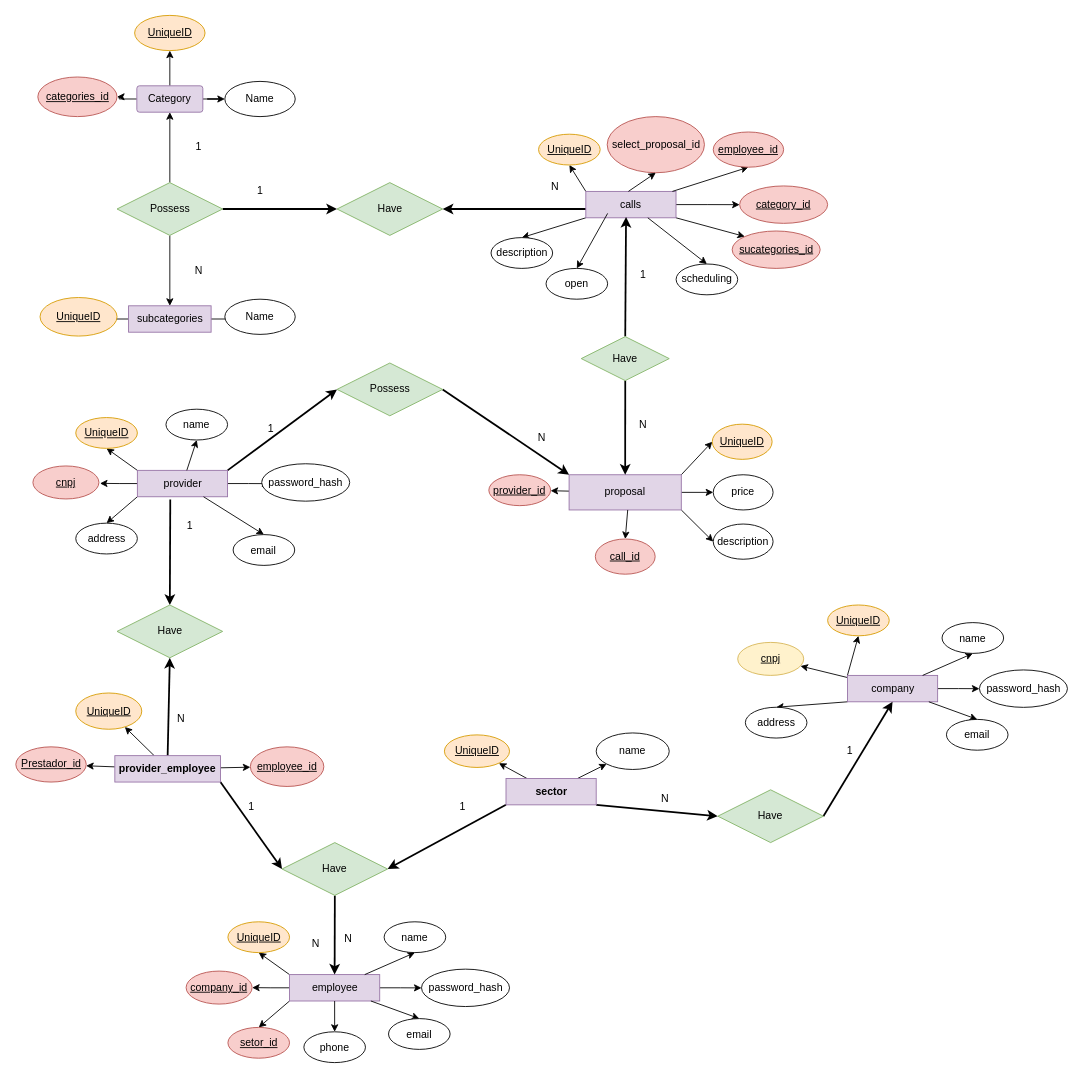
Above: page "Entity Relatioship" (2 of 2) of Capstone-Q3.drawio in flaviosantospqri/CallUp_API (draw.io), before the change. Source tidied: cells renumbered, new cells numbered last; positions are measured from the earlier drawing's top-left corner, leaving out a move shared by most shapes. Both pictures are drawn from the tidied source at 88%, with x=0, y=0 at pixel (15, 15).
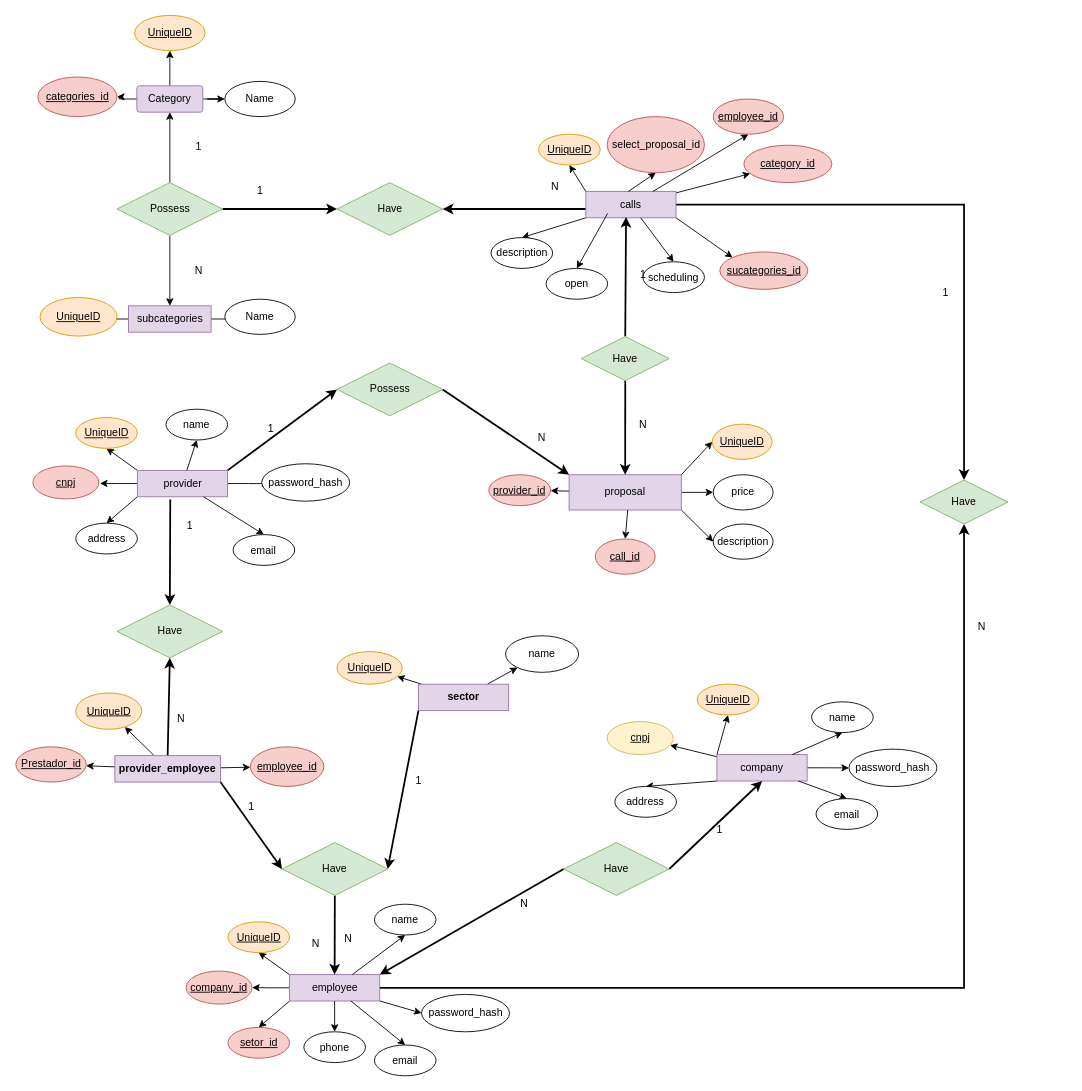
The same diagram, later.

Unchanged cells that the change refers to:
```xml
<mxCell id="74" value="employee" style="whiteSpace=wrap;html=1;fillColor=#e1d5e7;strokeColor=#9673a6;" parent="1" vertex="1">
  <mxGeometry x="311.5" y="1090" width="102.5" height="30" as="geometry" />
</mxCell>
<mxCell id="89" value="calls" style="whiteSpace=wrap;html=1;fillColor=#e1d5e7;strokeColor=#9673a6;" parent="1" vertex="1">
  <mxGeometry x="648.2" y="200" width="102.5" height="30" as="geometry" />
</mxCell>
```

What changed in the source:
```diff
@@
-    <mxCell id="32" style="edgeStyle=none;rounded=0;jettySize=auto;html=1;exitX=1;exitY=1;exitDx=0;exitDy=0;entryX=0;entryY=0.5;entryDx=0;entryDy=0;strokeWidth=2;" parent="1" edge="1" source="34" target="124">
-      <mxGeometry relative="1" as="geometry" />
-    </mxCell>
@@
     <mxCell id="34" value="&lt;span style=&quot;font-weight: 700&quot;&gt;sector&lt;/span&gt;" style="whiteSpace=wrap;html=1;fillColor=#e1d5e7;strokeColor=#9673a6;" parent="1" vertex="1">
-      <mxGeometry x="557.5" y="867.1" width="102.5" height="30" as="geometry" />
+      <mxGeometry x="458" y="760" width="102.5" height="30" as="geometry" />
     </mxCell>
@@
     <mxCell id="39" value="company&lt;br&gt;" style="whiteSpace=wrap;html=1;fillColor=#e1d5e7;strokeColor=#9673a6;" parent="1" vertex="1">
-      <mxGeometry x="945.5" y="750" width="102.5" height="30" as="geometry" />
+      <mxGeometry x="797.2" y="840" width="102.5" height="30" as="geometry" />
     </mxCell>
@@
     <mxCell id="45" value="password_hash" style="ellipse;whiteSpace=wrap;html=1;" parent="1" vertex="1">
-      <mxGeometry x="1095.5" y="743.8" width="100" height="42.5" as="geometry" />
+      <mxGeometry x="947.2" y="833.8" width="100" height="42.5" as="geometry" />
     </mxCell>
@@
     <mxCell id="48" value="name" style="ellipse;whiteSpace=wrap;html=1;" parent="1" vertex="1">
-      <mxGeometry x="1053" y="690" width="70" height="35" as="geometry" />
+      <mxGeometry x="904.8" y="780" width="70" height="35" as="geometry" />
     </mxCell>
     <mxCell id="49" value="email" style="ellipse;whiteSpace=wrap;html=1;" parent="1" vertex="1">
-      <mxGeometry x="1058" y="800" width="70" height="35" as="geometry" />
+      <mxGeometry x="909.8" y="890" width="70" height="35" as="geometry" />
     </mxCell>
     <mxCell id="50" value="&lt;u&gt;cnpj&lt;/u&gt;" style="ellipse;whiteSpace=wrap;html=1;fillColor=#fff2cc;strokeColor=#d6b656;" parent="1" vertex="1">
-      <mxGeometry x="820.8" y="712.5" width="75" height="37.5" as="geometry" />
+      <mxGeometry x="672.5" y="802.5" width="75" height="37.5" as="geometry" />
     </mxCell>
     <mxCell id="51" value="&lt;u&gt;UniqueID&lt;/u&gt;" style="ellipse;whiteSpace=wrap;html=1;fillColor=#ffe6cc;strokeColor=#d79b00;" parent="1" vertex="1">
-      <mxGeometry x="923" y="670" width="70" height="35" as="geometry" />
+      <mxGeometry x="774.8" y="760" width="70" height="35" as="geometry" />
     </mxCell>
     <mxCell id="52" value="address" style="ellipse;whiteSpace=wrap;html=1;" parent="1" vertex="1">
-      <mxGeometry x="829.5" y="786.2" width="70" height="35" as="geometry" />
+      <mxGeometry x="681.2" y="876.2" width="70" height="35" as="geometry" />
     </mxCell>
     <mxCell id="53" value="&lt;u&gt;UniqueID&lt;/u&gt;" style="ellipse;whiteSpace=wrap;html=1;fillColor=#ffe6cc;strokeColor=#d79b00;" parent="1" vertex="1">
-      <mxGeometry x="487.5" y="817.6" width="74" height="37" as="geometry" />
+      <mxGeometry x="365.5" y="723" width="74" height="37" as="geometry" />
     </mxCell>
     <mxCell id="54" value="name" style="ellipse;whiteSpace=wrap;html=1;" parent="1" vertex="1">
-      <mxGeometry x="660" y="815.4" width="83" height="41.5" as="geometry" />
+      <mxGeometry x="557" y="705" width="83" height="41.5" as="geometry" />
     </mxCell>
@@
-    <mxCell id="70" style="edgeStyle=orthogonalEdgeStyle;rounded=0;jettySize=auto;html=1;" parent="1" edge="1" source="74">
-      <mxGeometry relative="1" as="geometry">
-        <mxPoint x="461.5" y="1105.1" as="targetPoint" />
-      </mxGeometry>
+    <mxCell id="70" style="rounded=0;jettySize=auto;html=1;entryX=0;entryY=0.5;entryDx=0;entryDy=0;" parent="1" edge="1" source="74" target="75">
+      <mxGeometry relative="1" as="geometry" />
     </mxCell>
@@
+    <mxCell id="133" style="edgeStyle=orthogonalEdgeStyle;rounded=0;jettySize=auto;html=1;exitX=1;exitY=0.5;exitDx=0;exitDy=0;strokeWidth=2;entryX=0.5;entryY=1;entryDx=0;entryDy=0;" parent="1" edge="1" source="74" target="140">
+      <mxGeometry relative="1" as="geometry">
+        <Array as="points">
+          <mxPoint x="1078" y="1105" />
+        </Array>
+      </mxGeometry>
+    </mxCell>
@@
     <mxCell id="75" value="password_hash" style="ellipse;whiteSpace=wrap;html=1;" parent="1" vertex="1">
-      <mxGeometry x="461.5" y="1083.8" width="100" height="42.5" as="geometry" />
+      <mxGeometry x="461.5" y="1112.5" width="100" height="42.5" as="geometry" />
     </mxCell>
@@
     <mxCell id="78" value="name" style="ellipse;whiteSpace=wrap;html=1;" parent="1" vertex="1">
-      <mxGeometry x="419" y="1030" width="70" height="35" as="geometry" />
+      <mxGeometry x="408" y="1010" width="70" height="35" as="geometry" />
     </mxCell>
     <mxCell id="79" value="email" style="ellipse;whiteSpace=wrap;html=1;" parent="1" vertex="1">
-      <mxGeometry x="424" y="1140" width="70" height="35" as="geometry" />
+      <mxGeometry x="408" y="1170" width="70" height="35" as="geometry" />
     </mxCell>
@@
-    <mxCell id="85" style="edgeStyle=orthogonalEdgeStyle;rounded=0;jettySize=auto;html=1;" parent="1" edge="1" source="89" target="90">
+    <mxCell id="85" style="rounded=0;jettySize=auto;html=1;" parent="1" edge="1" source="89" target="90">
       <mxGeometry relative="1" as="geometry" />
     </mxCell>
@@
+    <mxCell id="134" style="edgeStyle=orthogonalEdgeStyle;rounded=0;jettySize=auto;html=1;exitX=1;exitY=0.5;exitDx=0;exitDy=0;strokeWidth=2;entryX=0.5;entryY=0;entryDx=0;entryDy=0;" parent="1" edge="1" source="89" target="140">
+      <mxGeometry relative="1" as="geometry" />
+    </mxCell>
@@
     <mxCell id="90" value="&lt;u&gt;category_id&lt;/u&gt;" style="ellipse;whiteSpace=wrap;html=1;fillColor=#f8cecc;strokeColor=#b85450;" parent="1" vertex="1">
-      <mxGeometry x="823" y="193.8" width="100" height="42.5" as="geometry" />
+      <mxGeometry x="827.8" y="147.5" width="100" height="42.5" as="geometry" />
     </mxCell>
@@
     <mxCell id="93" value="&lt;u&gt;employee_id&lt;/u&gt;" style="ellipse;whiteSpace=wrap;html=1;fillColor=#f8cecc;strokeColor=#b85450;" parent="1" vertex="1">
-      <mxGeometry x="793" y="132.5" width="80" height="40" as="geometry" />
+      <mxGeometry x="793" y="95" width="80" height="40" as="geometry" />
     </mxCell>
     <mxCell id="94" value="scheduling" style="ellipse;whiteSpace=wrap;html=1;" parent="1" vertex="1">
-      <mxGeometry x="750.8" y="282.5" width="70" height="35" as="geometry" />
+      <mxGeometry x="713" y="280" width="70" height="35" as="geometry" />
     </mxCell>
@@
     <mxCell id="99" value="&lt;u&gt;sucategories_id&lt;/u&gt;" style="ellipse;whiteSpace=wrap;html=1;fillColor=#f8cecc;strokeColor=#b85450;" parent="1" vertex="1">
-      <mxGeometry x="814.5" y="245" width="100" height="42.5" as="geometry" />
+      <mxGeometry x="800.5" y="268.8" width="100" height="42.5" as="geometry" />
     </mxCell>
@@
     <mxCell id="124" value="Have" style="shape=rhombus;perimeter=rhombusPerimeter;whiteSpace=wrap;html=1;align=center;fillColor=#d5e8d4;strokeColor=#82b366;" parent="1" vertex="1">
-      <mxGeometry x="798.2" y="880" width="120" height="60" as="geometry" />
+      <mxGeometry x="623" y="940" width="120" height="60" as="geometry" />
     </mxCell>
-    <mxCell id="125" value="N" style="text;html=1;align=center;verticalAlign=middle;strokeColor=none;fillColor=none;" parent="1" vertex="1">
-      <mxGeometry x="728" y="880" width="20" height="20" as="geometry" />
-    </mxCell>
     <mxCell id="126" value="1" style="text;html=1;align=center;verticalAlign=middle;strokeColor=none;fillColor=none;" parent="1" vertex="1">
-      <mxGeometry x="938" y="826.1" width="20" height="20" as="geometry" />
+      <mxGeometry x="789.8" y="916.1" width="20" height="20" as="geometry" />
     </mxCell>
-    <mxCell id="127" value="1" style="text;html=1;align=center;verticalAlign=middle;strokeColor=none;fillColor=none;" parent="1" vertex="1">
-      <mxGeometry x="498" y="890" width="20" height="20" as="geometry" />
-    </mxCell>
@@
+    <mxCell id="135" value="1" style="text;html=1;align=center;verticalAlign=middle;strokeColor=none;fillColor=none;" parent="1" vertex="1">
+      <mxGeometry x="1047.2" y="305" width="20" height="20" as="geometry" />
+    </mxCell>
+    <mxCell id="136" value="N" style="text;html=1;align=center;verticalAlign=middle;strokeColor=none;fillColor=none;" parent="1" vertex="1">
+      <mxGeometry x="1088" y="685" width="20" height="20" as="geometry" />
+    </mxCell>
+    <mxCell id="137" style="edgeStyle=none;rounded=0;jettySize=auto;html=1;exitX=0;exitY=0.5;exitDx=0;exitDy=0;entryX=1;entryY=0;entryDx=0;entryDy=0;strokeWidth=2;" parent="1" edge="1" source="124" target="74">
+      <mxGeometry relative="1" as="geometry" />
+    </mxCell>
+    <mxCell id="138" value="1" style="text;html=1;align=center;verticalAlign=middle;strokeColor=none;fillColor=none;" parent="1" vertex="1">
+      <mxGeometry x="448" y="860" width="20" height="20" as="geometry" />
+    </mxCell>
+    <mxCell id="139" value="N" style="text;html=1;align=center;verticalAlign=middle;strokeColor=none;fillColor=none;" parent="1" vertex="1">
+      <mxGeometry x="568" y="1000" width="20" height="20" as="geometry" />
+    </mxCell>
+    <mxCell id="140" value="Have" style="shape=rhombus;perimeter=rhombusPerimeter;whiteSpace=wrap;html=1;align=center;fillColor=#d5e8d4;strokeColor=#82b366;" parent="1" vertex="1">
+      <mxGeometry x="1028" y="528" width="100" height="50" as="geometry" />
+    </mxCell>
```
